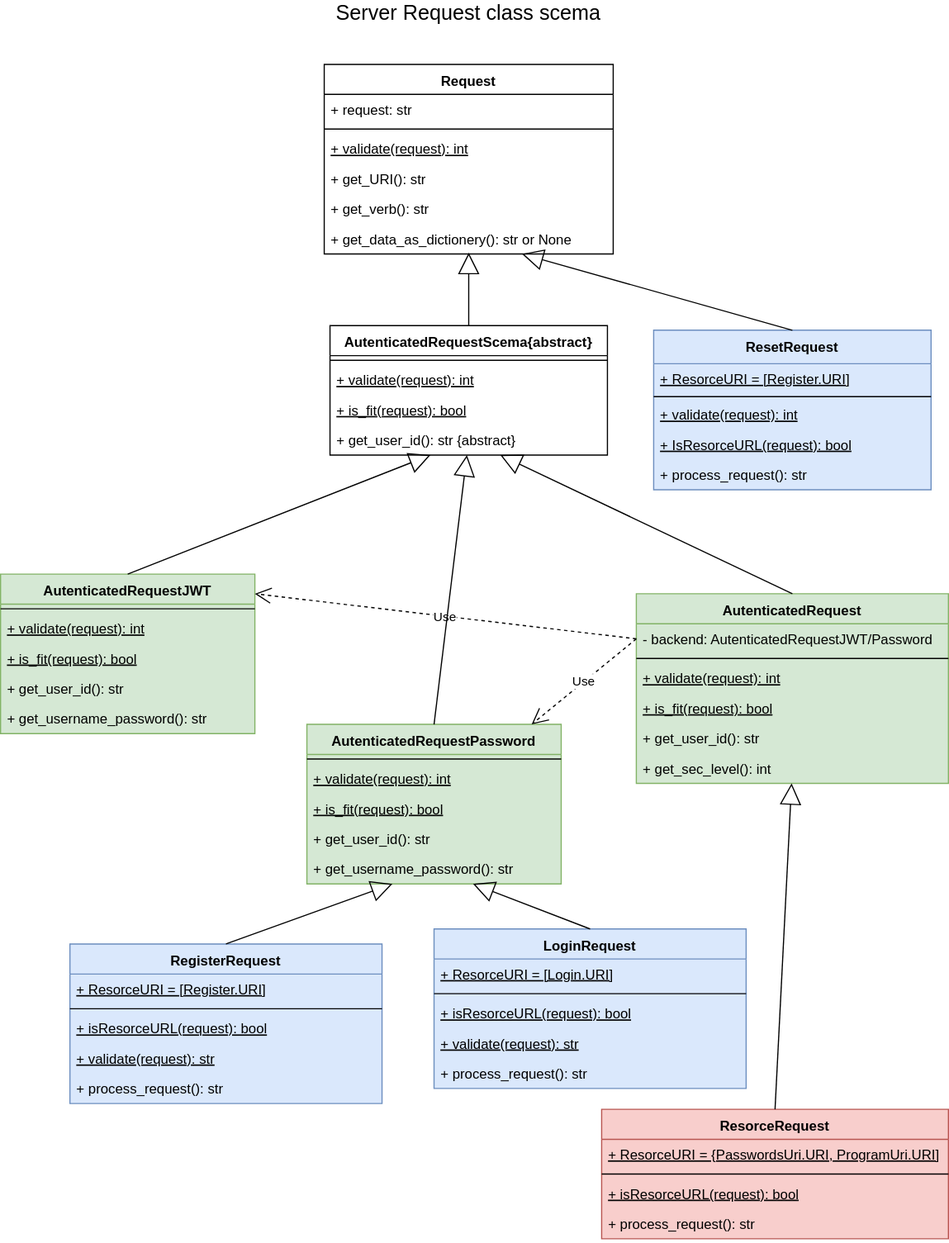
Before: Documents/server class diagram-Request.svg, a diagram exported from draw.io (adibl/password_saver). Source tidied: cells renumbered, new cells last; positions are measured from the earlier drawing's top-left corner, leaving out a move shared by most shapes.
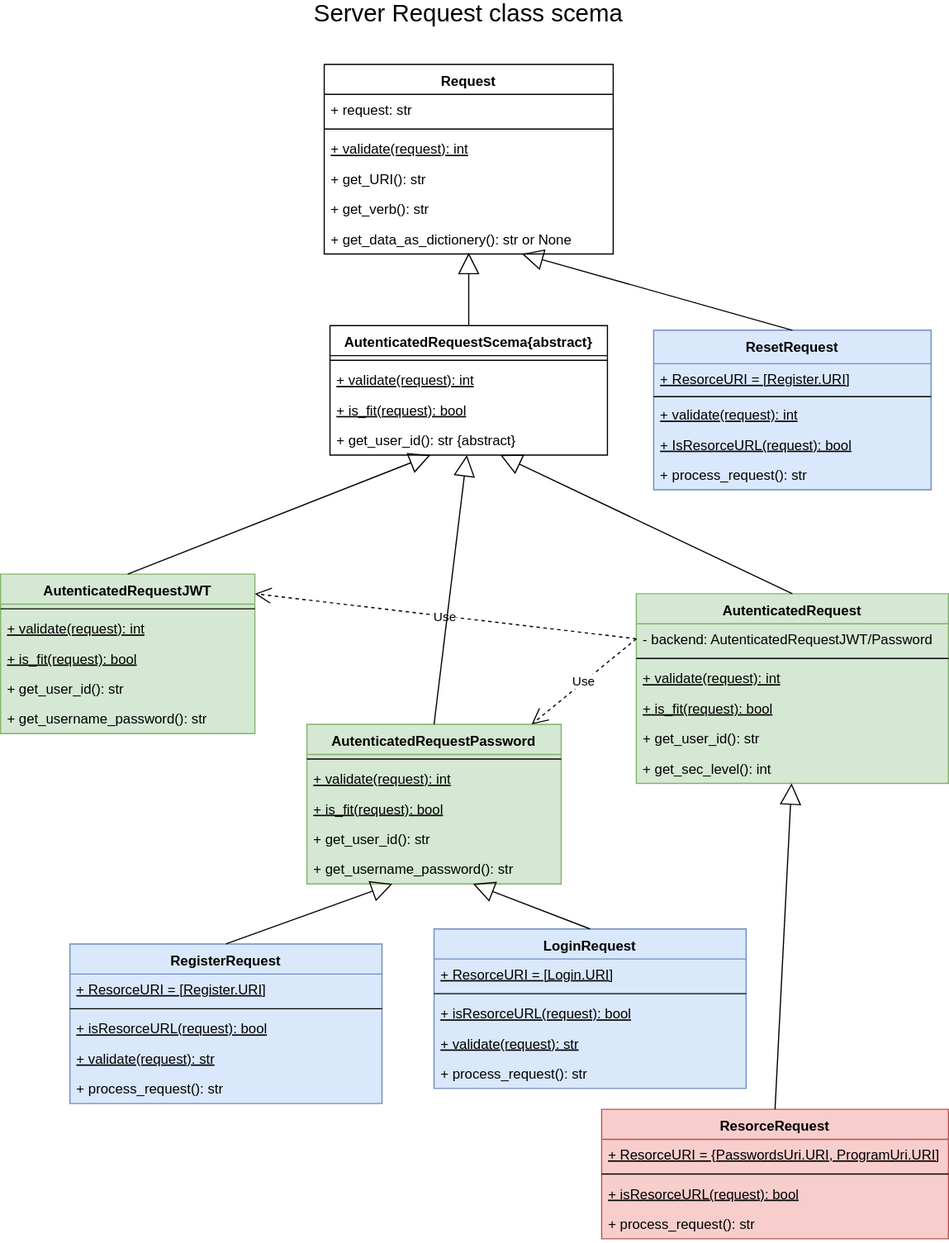
After the change.

Change to the diagram source:
```diff
@@ -185,7 +185,7 @@
     <mxCell id="62" style="endArrow=block;endSize=16;endFill=0;html=1;exitX=0.5;exitY=0;exitDx=0;exitDy=0;" parent="1" edge="1" source="14" target="8">
       <mxGeometry x="-0.03" y="16" relative="1" as="geometry" />
     </mxCell>
-    <mxCell id="63" value="&lt;font style=&quot;font-size: 18px&quot;&gt;Server Request class scema&lt;/font&gt;" style="text;html=1;strokeColor=none;fillColor=none;align=center;verticalAlign=middle;whiteSpace=wrap;rounded=0;" parent="1" vertex="1">
+    <mxCell id="63" value="Server Request class scema" style="text;strokeColor=none;fillColor=none;align=center;verticalAlign=middle;rounded=0;fontSize=21;" parent="1" vertex="1">
       <mxGeometry x="205" width="400" height="20" as="geometry" />
     </mxCell>
     <mxCell id="64" value="Use" style="endArrow=open;endSize=12;dashed=1;html=1;exitX=0;exitY=0.5;exitDx=0;exitDy=0;entryX=1;entryY=0.123;entryDx=0;entryDy=0;entryPerimeter=0;" parent="1" edge="1" source="34" target="26">
```
